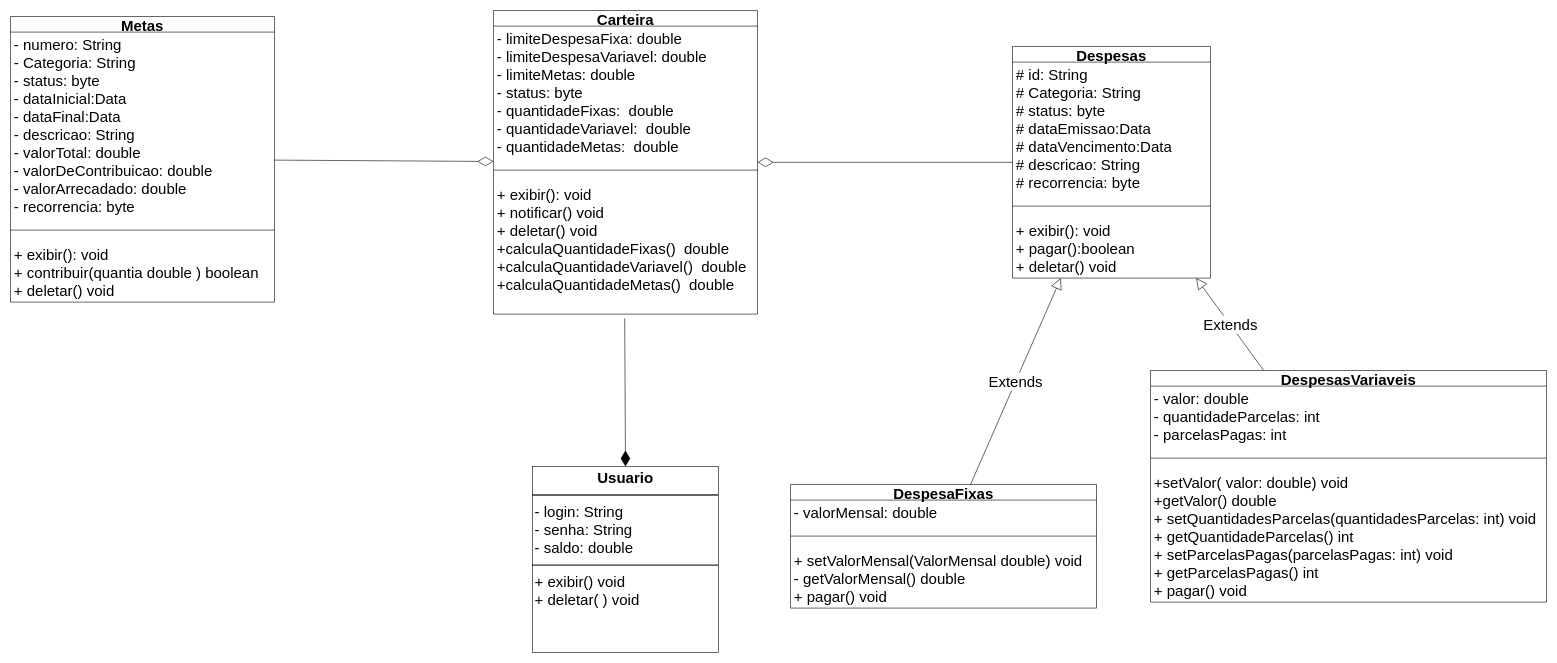
Before: Diagrama de classe Controle-Financeiro.drawio in josevictoraraujorojas/Controle-Financeiro, a draw.io diagram. Source tidied: cells renumbered, new cells numbered last; positions are measured from the earlier drawing's top-left corner, leaving out a move shared by most shapes. Both pictures are drawn from the tidied source at 60%, with x=0, y=0 at pixel (10, 10).
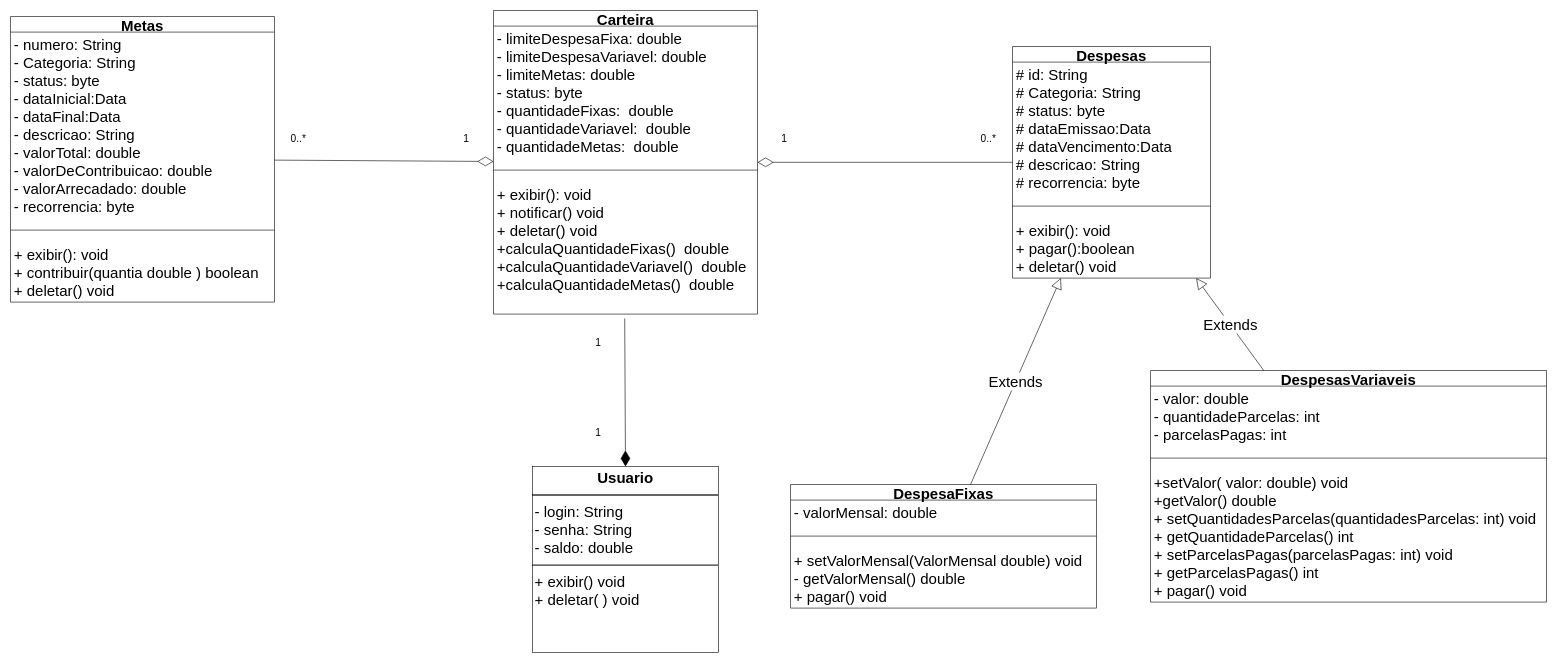
After the change.

The edit, as a diff of the source:
```diff
@@
+    <mxCell id="28" value="0..*" style="text;html=1;align=center;verticalAlign=middle;whiteSpace=wrap;rounded=0;fontSize=17;" parent="1" vertex="1">
+      <mxGeometry x="450" y="200" width="60" height="30" as="geometry" />
+    </mxCell>
+    <mxCell id="29" value="1" style="text;html=1;align=center;verticalAlign=middle;whiteSpace=wrap;rounded=0;fontSize=17;" parent="1" vertex="1">
+      <mxGeometry x="730" y="200" width="60" height="30" as="geometry" />
+    </mxCell>
+    <mxCell id="30" value="1" style="text;html=1;align=center;verticalAlign=middle;whiteSpace=wrap;rounded=0;fontSize=17;" parent="1" vertex="1">
+      <mxGeometry x="1260" y="200" width="60" height="30" as="geometry" />
+    </mxCell>
+    <mxCell id="31" value="0..*" style="text;html=1;align=center;verticalAlign=middle;whiteSpace=wrap;rounded=0;fontSize=17;" parent="1" vertex="1">
+      <mxGeometry x="1600" y="200" width="60" height="30" as="geometry" />
+    </mxCell>
+    <mxCell id="32" value="1" style="text;html=1;align=center;verticalAlign=middle;whiteSpace=wrap;rounded=0;fontSize=17;" parent="1" vertex="1">
+      <mxGeometry x="950" y="540" width="60" height="30" as="geometry" />
+    </mxCell>
+    <mxCell id="33" value="1" style="text;html=1;align=center;verticalAlign=middle;whiteSpace=wrap;rounded=0;fontSize=17;" parent="1" vertex="1">
+      <mxGeometry x="950" y="690" width="60" height="30" as="geometry" />
+    </mxCell>
```
